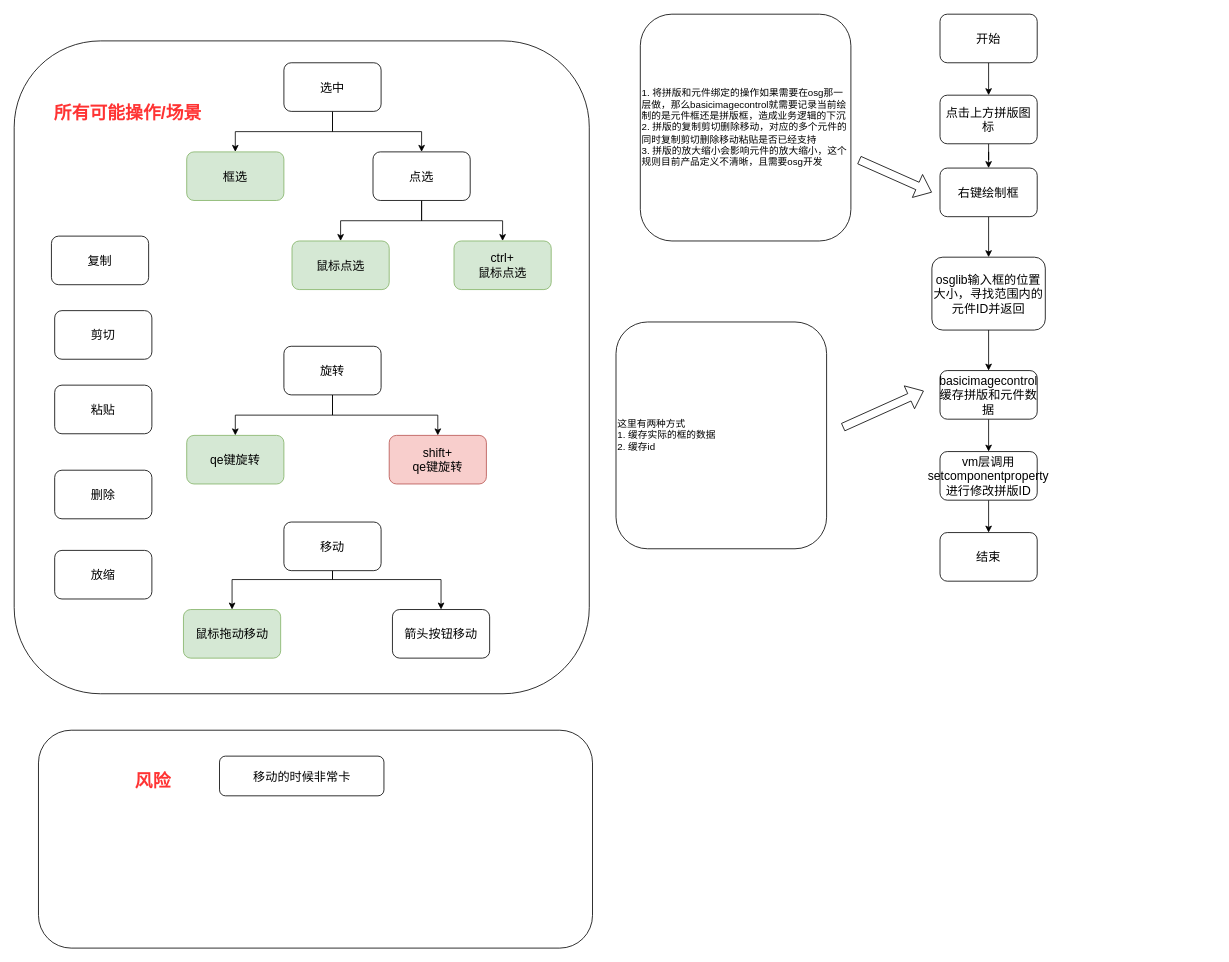
Earlier version of the draw.io diagram 新建拼版流程图.drawio (notThisMoment/drawIo). Source tidied: cells renumbered, new cells numbered last; positions are measured from the earlier drawing's top-left corner, leaving out a move shared by most shapes. Both pictures are drawn from the tidied source at 81%, with x=0, y=0 at pixel (14, 14).
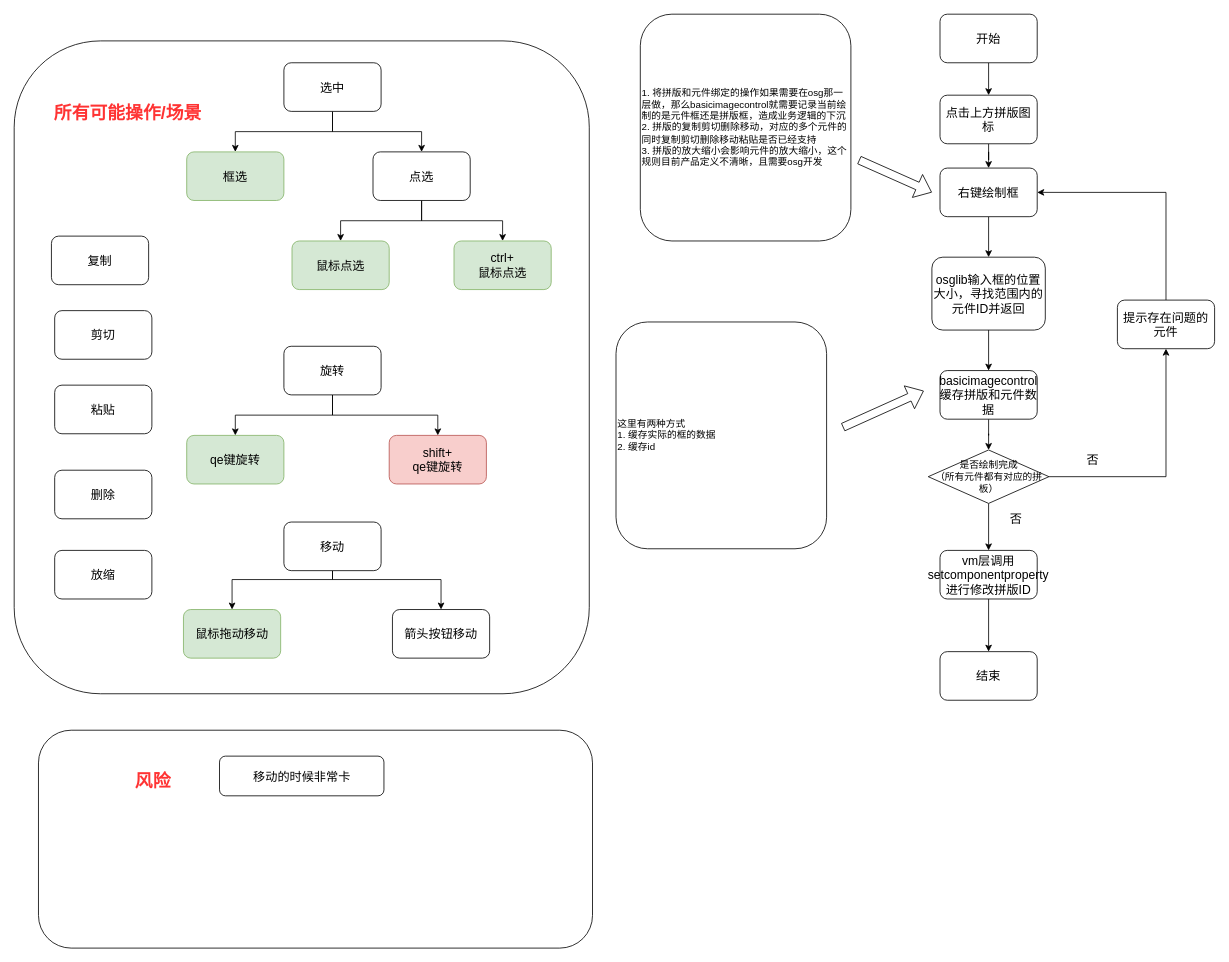
The same diagram, later.

Commit message:
更新新建拼版流程图.drawio

Unchanged cells that the change refers to:
```xml
<mxCell id="8" value="右键绘制框" style="rounded=1;whiteSpace=wrap;html=1;fontSize=15;" parent="1" vertex="1">
  <mxGeometry x="1143" y="190" width="120" height="60" as="geometry" />
</mxCell>
<mxCell id="14" value="basicimagecontrol&lt;br&gt;缓存拼版和元件数据" style="rounded=1;whiteSpace=wrap;html=1;fontSize=15;" parent="1" vertex="1">
  <mxGeometry x="1143" y="440" width="120" height="60" as="geometry" />
</mxCell>
```

Diff of the diagram source:
```diff
@@
-    <mxCell id="13" style="edgeStyle=orthogonalEdgeStyle;rounded=0;jettySize=auto;html=1;" parent="1" edge="1" source="14" target="16">
-      <mxGeometry relative="1" as="geometry" />
-    </mxCell>
+    <mxCell id="48" style="edgeStyle=orthogonalEdgeStyle;rounded=0;jettySize=auto;html=1;" parent="1" edge="1" source="14" target="51">
+      <mxGeometry relative="1" as="geometry" />
+    </mxCell>
@@
-    <mxCell id="15" style="edgeStyle=orthogonalEdgeStyle;rounded=0;jettySize=auto;html=1;" parent="1" edge="1" source="16" target="17">
-      <mxGeometry relative="1" as="geometry" />
-    </mxCell>
-    <mxCell id="16" value="vm层调用setcomponentproperty进行修改拼版ID" style="rounded=1;whiteSpace=wrap;html=1;fontSize=15;" parent="1" vertex="1">
-      <mxGeometry x="1143" y="540" width="120" height="60" as="geometry" />
-    </mxCell>
-    <mxCell id="17" value="结束" style="rounded=1;whiteSpace=wrap;html=1;fontSize=15;" parent="1" vertex="1">
-      <mxGeometry x="1143" y="640" width="120" height="60" as="geometry" />
-    </mxCell>
@@
+    <mxCell id="15" style="edgeStyle=orthogonalEdgeStyle;rounded=0;jettySize=auto;html=1;" parent="1" edge="1" source="16" target="17">
+      <mxGeometry relative="1" as="geometry" />
+    </mxCell>
+    <mxCell id="16" value="vm层调用setcomponentproperty进行修改拼版ID" style="rounded=1;whiteSpace=wrap;html=1;fontSize=15;" parent="1" vertex="1">
+      <mxGeometry x="1143" y="662" width="120" height="60" as="geometry" />
+    </mxCell>
+    <mxCell id="17" value="结束" style="rounded=1;whiteSpace=wrap;html=1;fontSize=15;" parent="1" vertex="1">
+      <mxGeometry x="1143" y="787" width="120" height="60" as="geometry" />
+    </mxCell>
+    <mxCell id="49" style="edgeStyle=orthogonalEdgeStyle;rounded=0;jettySize=auto;html=1;" parent="1" edge="1" source="51" target="16">
+      <mxGeometry relative="1" as="geometry" />
+    </mxCell>
+    <mxCell id="50" style="edgeStyle=orthogonalEdgeStyle;rounded=0;jettySize=auto;html=1;" parent="1" edge="1" source="51" target="55">
+      <mxGeometry relative="1" as="geometry" />
+    </mxCell>
+    <mxCell id="51" value="是否绘制完成&lt;br&gt;（所有元件都有对应的拼板）" style="rhombus;whiteSpace=wrap;html=1;" parent="1" vertex="1">
+      <mxGeometry x="1128.5" y="538" width="149" height="66" as="geometry" />
+    </mxCell>
+    <mxCell id="52" value="否" style="text;html=1;strokeColor=none;fillColor=none;align=center;verticalAlign=middle;whiteSpace=wrap;rounded=0;fontSize=15;" parent="1" vertex="1">
+      <mxGeometry x="1302" y="535" width="60" height="30" as="geometry" />
+    </mxCell>
+    <mxCell id="53" value="否" style="text;html=1;strokeColor=none;fillColor=none;align=center;verticalAlign=middle;whiteSpace=wrap;rounded=0;fontSize=15;" parent="1" vertex="1">
+      <mxGeometry x="1207" y="608" width="60" height="30" as="geometry" />
+    </mxCell>
+    <mxCell id="54" style="edgeStyle=orthogonalEdgeStyle;rounded=0;jettySize=auto;html=1;entryX=1;entryY=0.5;entryDx=0;entryDy=0;" parent="1" edge="1" source="55" target="8">
+      <mxGeometry relative="1" as="geometry">
+        <Array as="points">
+          <mxPoint x="1422" y="220" />
+        </Array>
+      </mxGeometry>
+    </mxCell>
+    <mxCell id="55" value="提示存在问题的&lt;br&gt;元件" style="rounded=1;whiteSpace=wrap;html=1;fontSize=15;" parent="1" vertex="1">
+      <mxGeometry x="1362" y="353" width="120" height="60" as="geometry" />
+    </mxCell>
```
